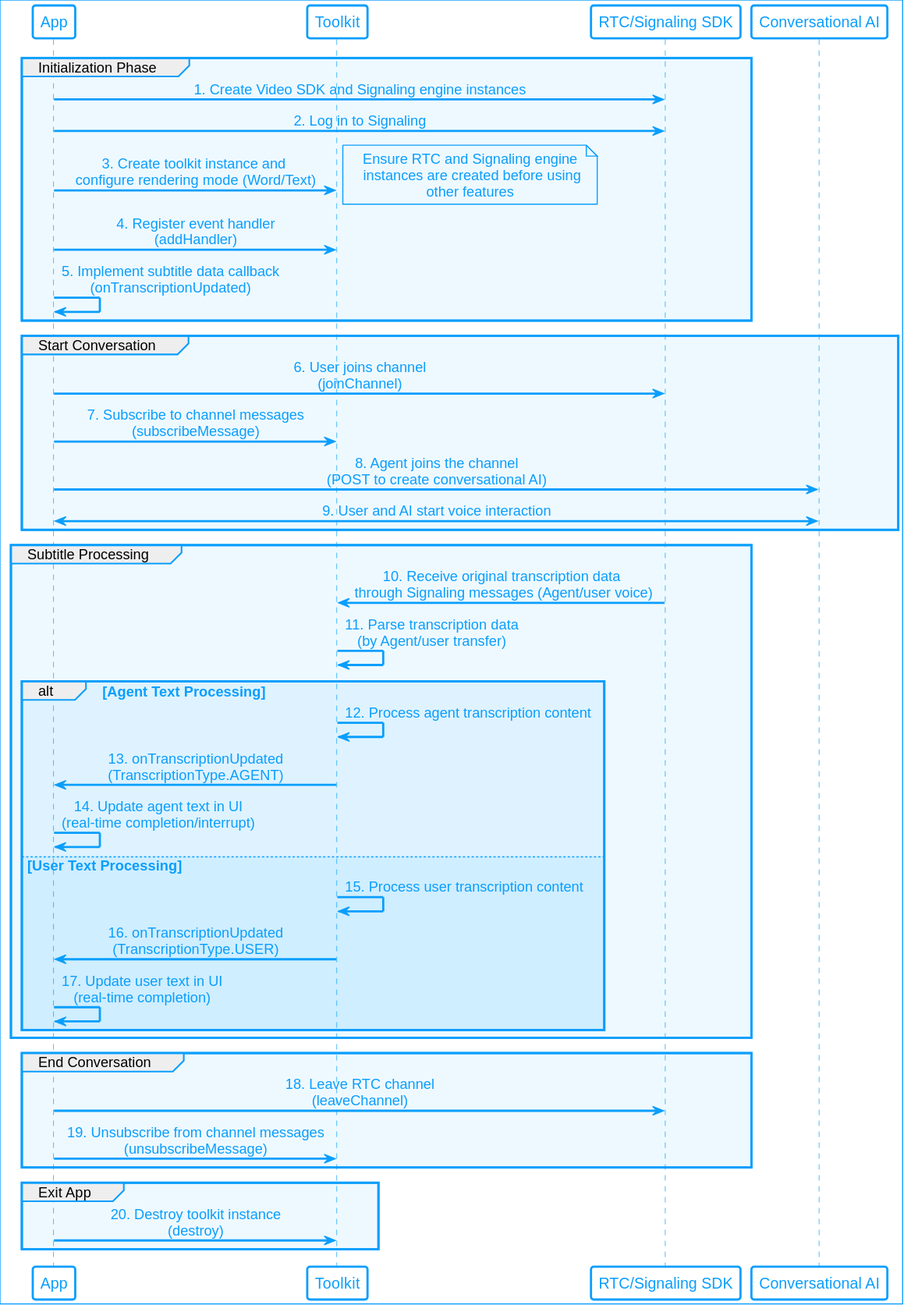
Before: assets/images/conversational-ai/subtitles-workflow.svg, a diagram exported from PlantUML (AgoraIO/Docs-Source). The source it was exported from:
```plantuml
@startuml
!include agora_skin.iuml

participant "App" as App
participant "Toolkit" as SDK
participant "RTC/Signaling SDK" as RTC
participant "Conversational AI" as AI

group Initialization Phase
App -> RTC: 1. Create Video SDK and Signaling engine instances
App -> RTC: 2. Log in to Signaling
App -> SDK: 3. Create toolkit instance and \nconfigure rendering mode (Word/Text)
note right: Ensure RTC and Signaling engine\n instances are created before using\nother features
App -> SDK: 4. Register event handler\n(addHandler)
App -> App: 5. Implement subtitle data callback\n(onTranscriptionUpdated)
end

group Start Conversation
App -> RTC: 6. User joins channel\n(joinChannel)
App -> SDK: 7. Subscribe to channel messages\n(subscribeMessage)
App -> AI: 8. Agent joins the channel\n(POST to create conversational AI)
App <-> AI: 9. User and AI start voice interaction
end

group Subtitle Processing
RTC -> SDK: 10. Receive original transcription data\n through Signaling messages (Agent/user voice)
SDK -> SDK: 11. Parse transcription data\n(by Agent/user transfer)
alt Agent Text Processing
    SDK -> SDK: 12. Process agent transcription content
    SDK -> App: 13. onTranscriptionUpdated\n(TranscriptionType.AGENT)
    App -> App: 14. Update agent text in UI\n(real-time completion/interrupt)
else User Text Processing
    SDK -> SDK: 15. Process user transcription content
    SDK -> App: 16. onTranscriptionUpdated\n(TranscriptionType.USER)
    App -> App: 17. Update user text in UI\n(real-time completion)
end
end

group End Conversation
App -> RTC: 18. Leave RTC channel\n(leaveChannel)
App -> SDK: 19. Unsubscribe from channel messages\n(unsubscribeMessage)
end

group Exit App
App -> SDK: 20. Destroy toolkit instance\n(destroy)
end
@enduml
```
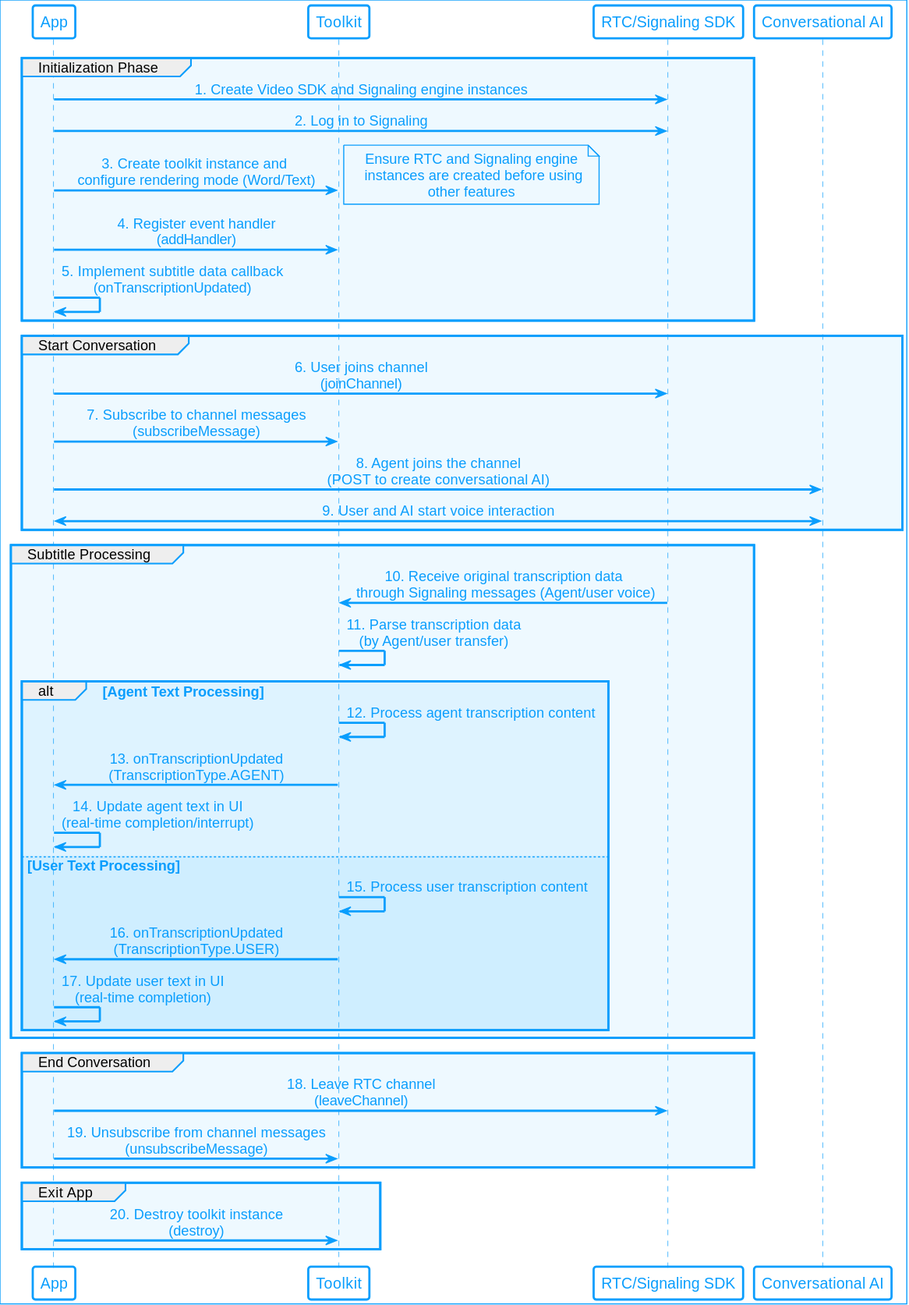
After the change.

Change to the diagram source:
```diff
@@ -1,5 +1,5 @@
 @startuml
-!include agora_skin.iuml
+!include ../video-sdk/agora_skin.iuml
 
 participant "App" as App
 participant "Toolkit" as SDK
```
